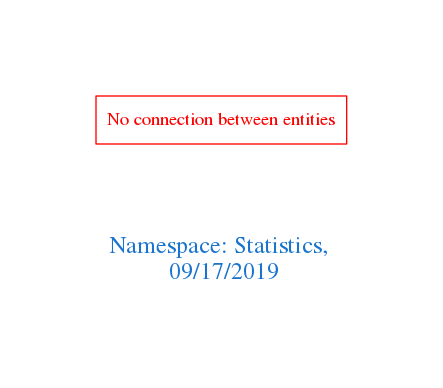
Before: downloads/Statistics.png, a diagram exported from Graphviz (arago/OGIT). Its source is kept beside it as downloads/Statistics.dot.
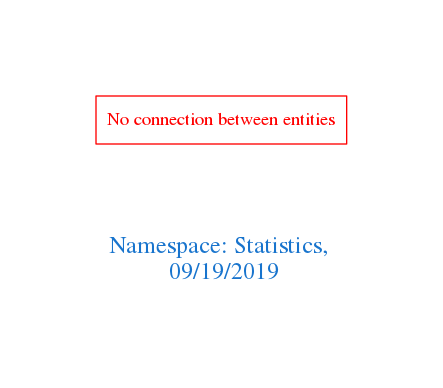
After the commit.

Change to the diagram source:
```diff
@@ -1,7 +1,7 @@
 digraph OGIT_ontology {
  graph [ rankdir= LR,pad=1
 fontsize = 18,
-fontcolor= dodgerblue3,label = "\n\n\nNamespace: Statistics, \n 09/17/2019"];
+fontcolor= dodgerblue3,label = "\n\n\nNamespace: Statistics, \n 09/19/2019"];
 node[shape=polygon];
 edge [  color="gray81"];
 
```
